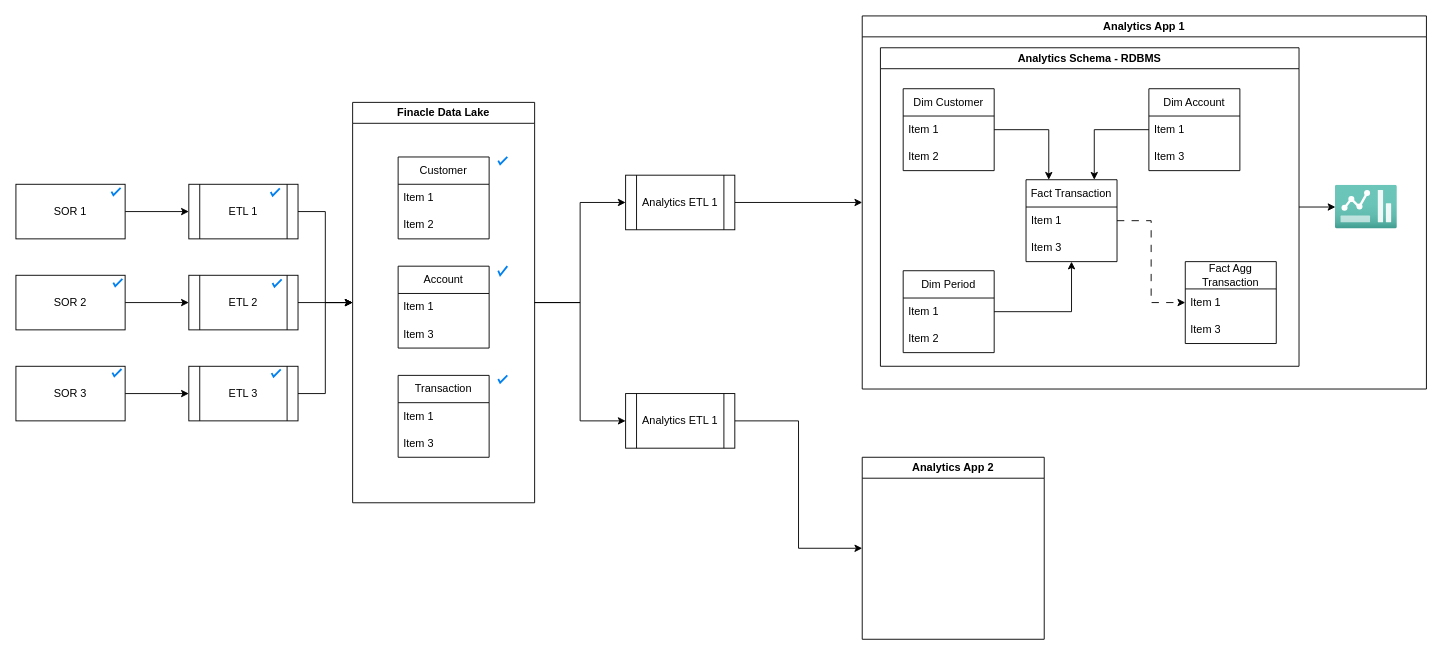
Before: Dashboarding-System-Design.drawio in pra1had/fintelligence, a draw.io diagram. Source tidied: cells renumbered, new cells numbered last; positions are measured from the earlier drawing's top-left corner, leaving out a move shared by most shapes. Both pictures are drawn from the tidied source at 91%, with x=0, y=0 at pixel (15, 15).
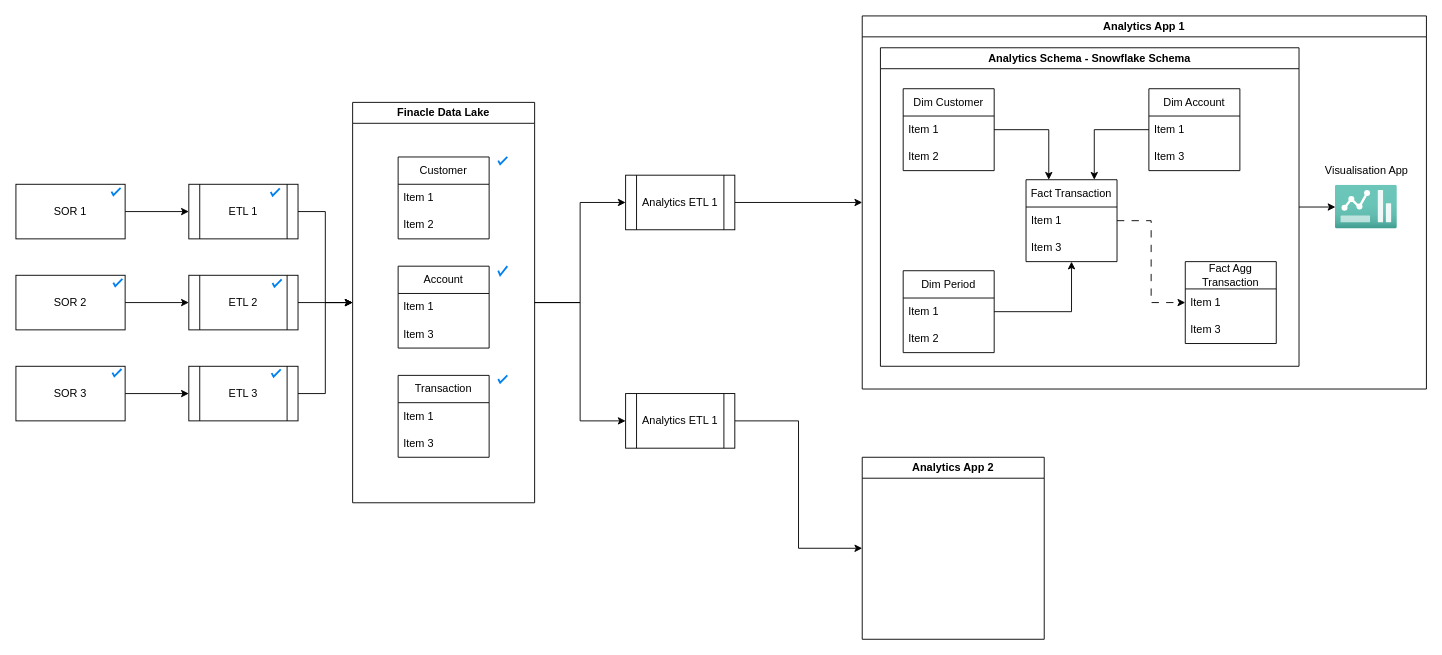
After the change.

The change refers to these unchanged cells:
```xml
<mxCell id="30" value="Analytics App 1" style="swimlane;whiteSpace=wrap;html=1;startSize=23;" parent="1" vertex="1">
  <mxGeometry x="930" width="620" height="410" as="geometry" />
</mxCell>
```

The edit, as a diff of the source:
```diff
@@
-    <mxCell id="33" value="Analytics Schema - RDBMS" style="swimlane;whiteSpace=wrap;html=1;" parent="30" vertex="1">
+    <mxCell id="33" value="Analytics Schema - Snowflake Schema" style="swimlane;whiteSpace=wrap;html=1;" parent="30" vertex="1">
       <mxGeometry x="20" y="35" width="460" height="350" as="geometry" />
     </mxCell>
@@
+    <mxCell id="63" value="Visualisation App" style="text;html=1;align=center;verticalAlign=middle;strokeColor=none;fillColor=none;" parent="30" vertex="1">
+      <mxGeometry x="499" y="155" width="110" height="30" as="geometry" />
+    </mxCell>
```
